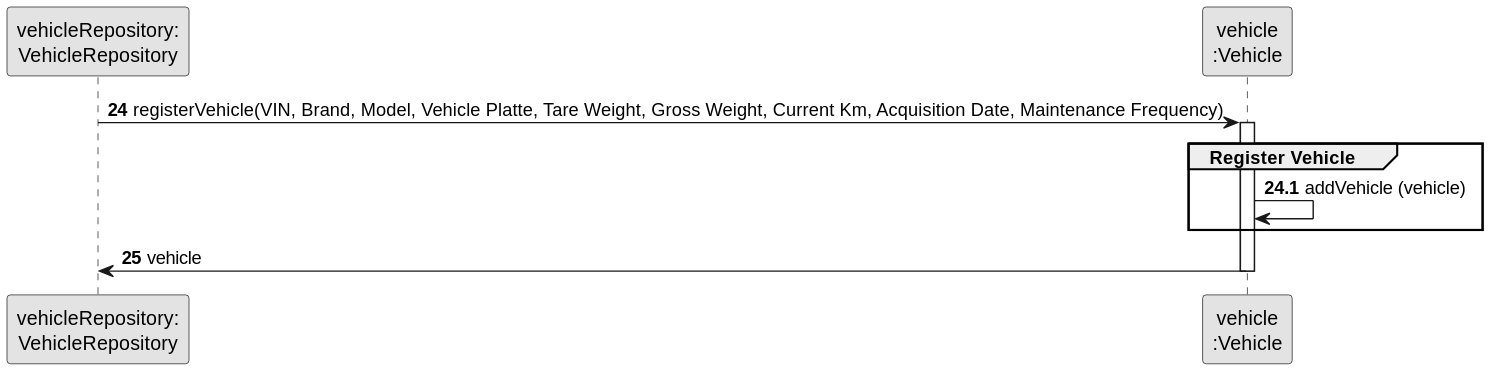
Before: docs/sprintB/us006/03.design/svg/us006-sequence-diagram-partial-register-vehicle.svg, a diagram exported from PlantUML (ricardomm7/leaflink). Its diagram source:
```plantuml
@startuml
skinparam monochrome true
skinparam packageStyle rectangle
skinparam shadowing false

participant "vehicleRepository:\nVehicleRepository" as VehicleRepository
participant "vehicle\n:Vehicle" as VEI

autonumber 24
VehicleRepository -> VEI: registerVehicle(VIN, Brand, Model, Vehicle Platte, Tare Weight, Gross Weight, Current Km, Acquisition Date, Maintenance Frequency)

autonumber 24.1
activate VEI
    group Register Vehicle
                              VEI -> VEI: addVehicle (vehicle)


    end

    autonumber 25
    VEI -> VehicleRepository: vehicle
deactivate VEI
@enduml
```
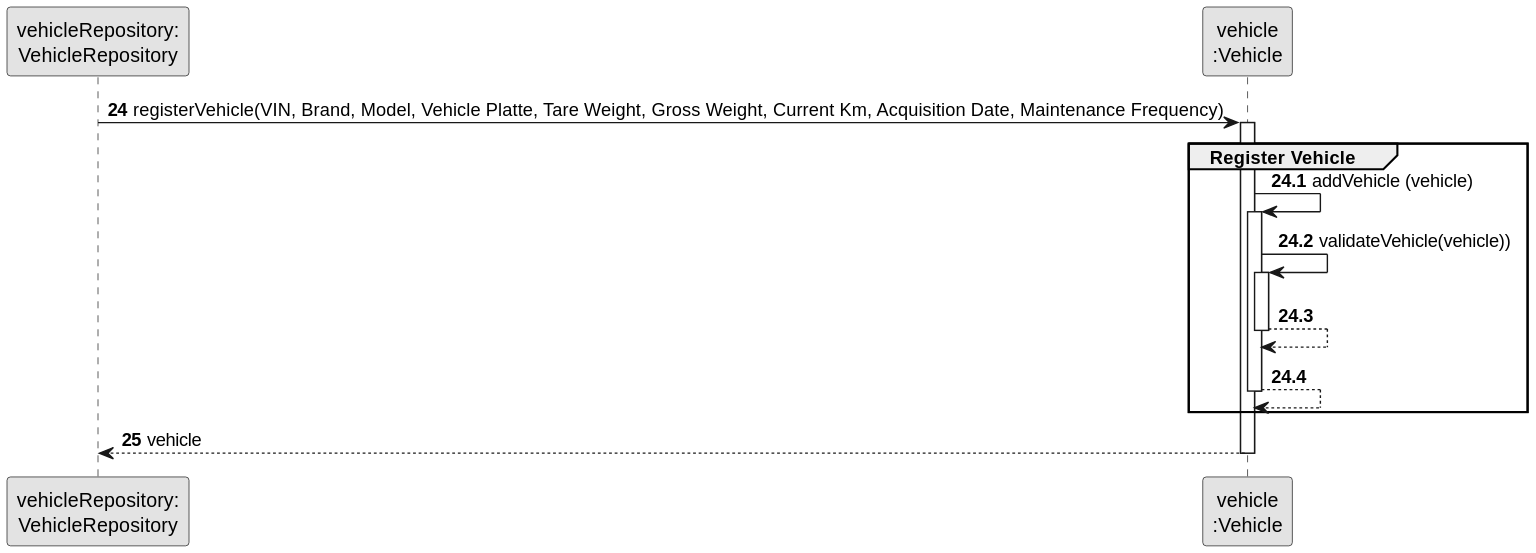
The same file after the commit.

What changed in the source:
```diff
@@ -13,11 +13,21 @@
 activate VEI
     group Register Vehicle
                               VEI -> VEI: addVehicle (vehicle)
+                              activate VEI
+
+                              VEI -> VEI: validateVehicle(vehicle))
+                              activate VEI
+
+                              VEI --> VEI
+                              deactivate VEI
+
+                              VEI --> VEI
+                              deactivate VEI
 
 
     end
 
     autonumber 25
-    VEI -> VehicleRepository: vehicle
+    VEI --> VehicleRepository: vehicle
 deactivate VEI
 @enduml
```
